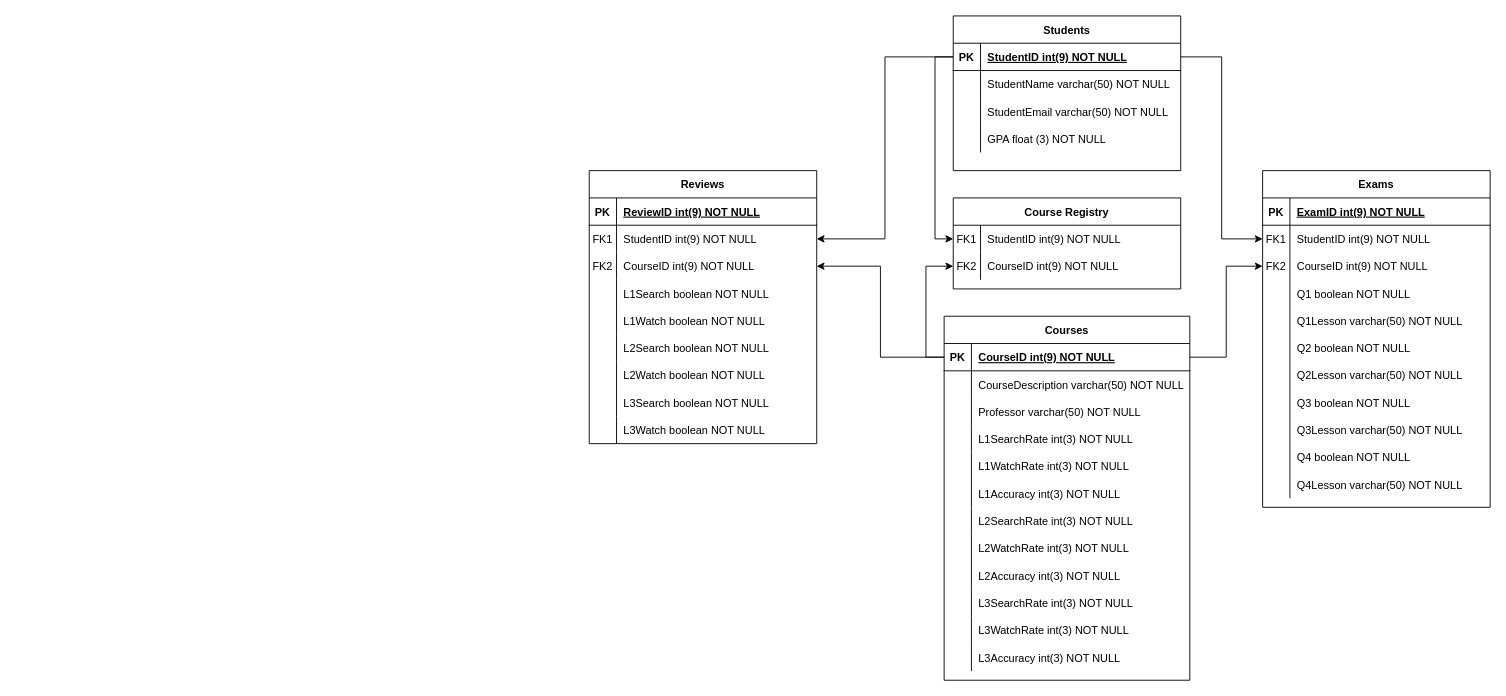
The draw.io diagram FinalProject.drawio in MarshmellowSalad/Sample, before the edit. Source tidied: cells renumbered, new cells numbered last; positions are measured from the earlier drawing's top-left corner, leaving out a move shared by most shapes. Both pictures are drawn from the tidied source at 91%, with x=0, y=0 at pixel (589, 15).
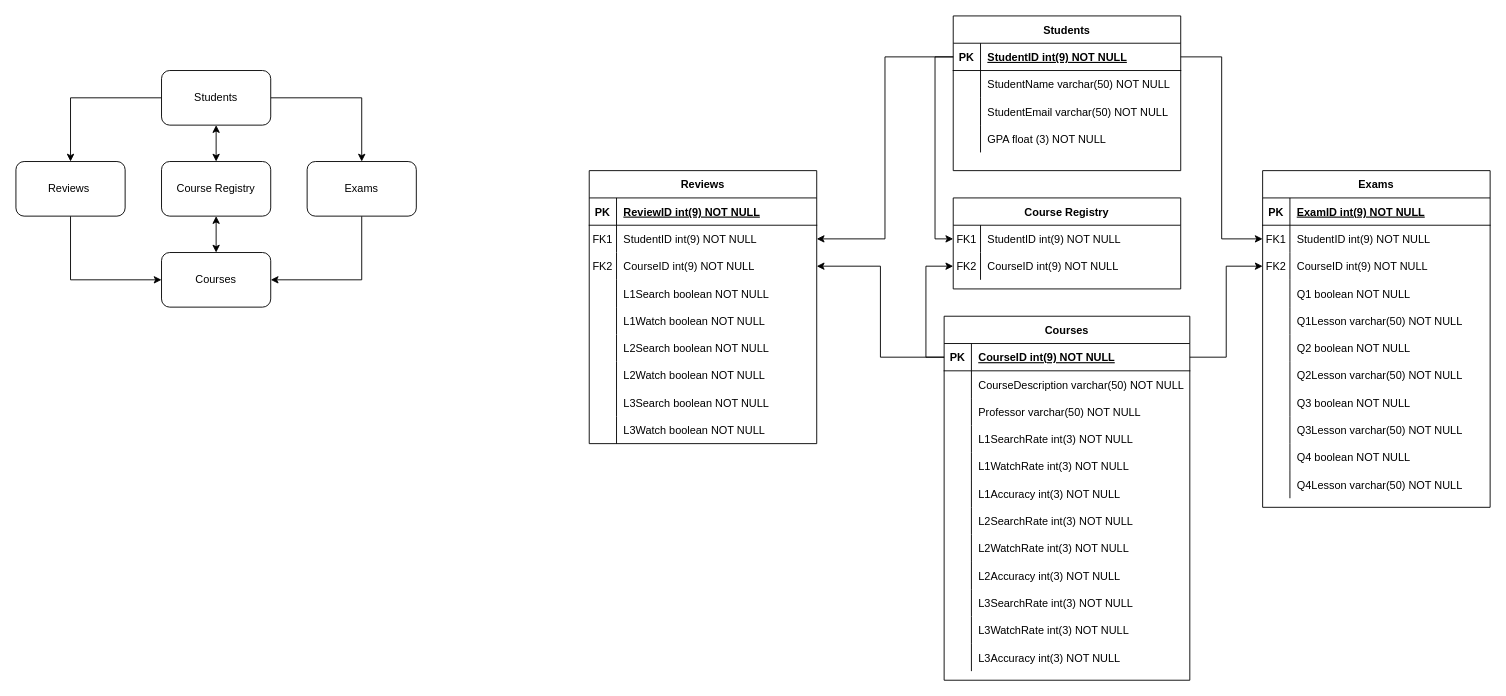
Above is the later version.

The edit, as a diff of the source:
```diff
@@
+    <mxCell id="127" style="edgeStyle=orthogonalEdgeStyle;rounded=0;jettySize=auto;html=1;exitX=0;exitY=0.5;exitDx=0;exitDy=0;entryX=0.5;entryY=0;entryDx=0;entryDy=0;" parent="1" edge="1" source="129" target="135">
+      <mxGeometry relative="1" as="geometry" />
+    </mxCell>
+    <mxCell id="128" style="edgeStyle=orthogonalEdgeStyle;rounded=0;jettySize=auto;html=1;exitX=1;exitY=0.5;exitDx=0;exitDy=0;entryX=0.5;entryY=0;entryDx=0;entryDy=0;" parent="1" edge="1" source="129" target="132">
+      <mxGeometry relative="1" as="geometry" />
+    </mxCell>
+    <mxCell id="129" value="Students" style="rounded=1;whiteSpace=wrap;html=1;" parent="1" vertex="1">
+      <mxGeometry x="-470" y="60" width="120" height="60" as="geometry" />
+    </mxCell>
+    <mxCell id="130" value="Course Registry" style="rounded=1;whiteSpace=wrap;html=1;" parent="1" vertex="1">
+      <mxGeometry x="-470" y="160" width="120" height="60" as="geometry" />
+    </mxCell>
+    <mxCell id="131" style="edgeStyle=orthogonalEdgeStyle;rounded=0;jettySize=auto;html=1;exitX=0.5;exitY=1;exitDx=0;exitDy=0;entryX=1;entryY=0.5;entryDx=0;entryDy=0;" parent="1" edge="1" source="132" target="133">
+      <mxGeometry relative="1" as="geometry" />
+    </mxCell>
+    <mxCell id="132" value="Exams" style="rounded=1;whiteSpace=wrap;html=1;" parent="1" vertex="1">
+      <mxGeometry x="-310" y="160" width="120" height="60" as="geometry" />
+    </mxCell>
+    <mxCell id="133" value="Courses" style="rounded=1;whiteSpace=wrap;html=1;" parent="1" vertex="1">
+      <mxGeometry x="-470" y="260" width="120" height="60" as="geometry" />
+    </mxCell>
+    <mxCell id="134" style="edgeStyle=orthogonalEdgeStyle;rounded=0;jettySize=auto;html=1;exitX=0.5;exitY=1;exitDx=0;exitDy=0;entryX=0;entryY=0.5;entryDx=0;entryDy=0;" parent="1" edge="1" source="135" target="133">
+      <mxGeometry relative="1" as="geometry" />
+    </mxCell>
+    <mxCell id="135" value="Reviews&amp;nbsp;" style="rounded=1;whiteSpace=wrap;html=1;" parent="1" vertex="1">
+      <mxGeometry x="-630" y="160" width="120" height="60" as="geometry" />
+    </mxCell>
+    <mxCell id="136" style="endArrow=classic;startArrow=classic;html=1;exitX=0.5;exitY=0;exitDx=0;exitDy=0;entryX=0.5;entryY=1;entryDx=0;entryDy=0;" parent="1" edge="1" source="133" target="130">
+      <mxGeometry relative="1" as="geometry" />
+    </mxCell>
+    <mxCell id="137" style="endArrow=classic;startArrow=classic;html=1;exitX=0.5;exitY=0;exitDx=0;exitDy=0;entryX=0.5;entryY=1;entryDx=0;entryDy=0;" parent="1" edge="1" source="130" target="129">
+      <mxGeometry relative="1" as="geometry" />
+    </mxCell>
```
